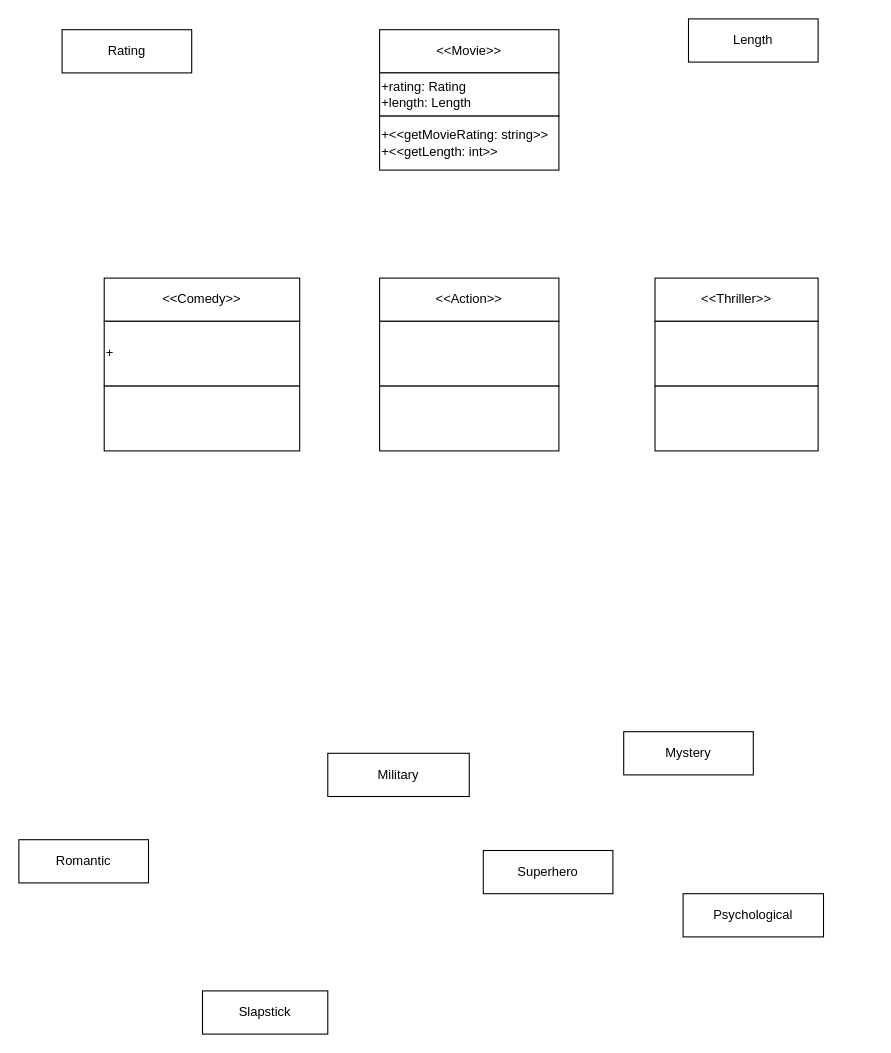
Above: TP2.drawio in GableDauterive19/GableRepository (draw.io), before the change. Source tidied: cells renumbered, new cells numbered last; positions are measured from the earlier drawing's top-left corner, leaving out a move shared by most shapes. Both pictures are drawn from the tidied source at 108%, with x=0, y=0 at pixel (18, 18).
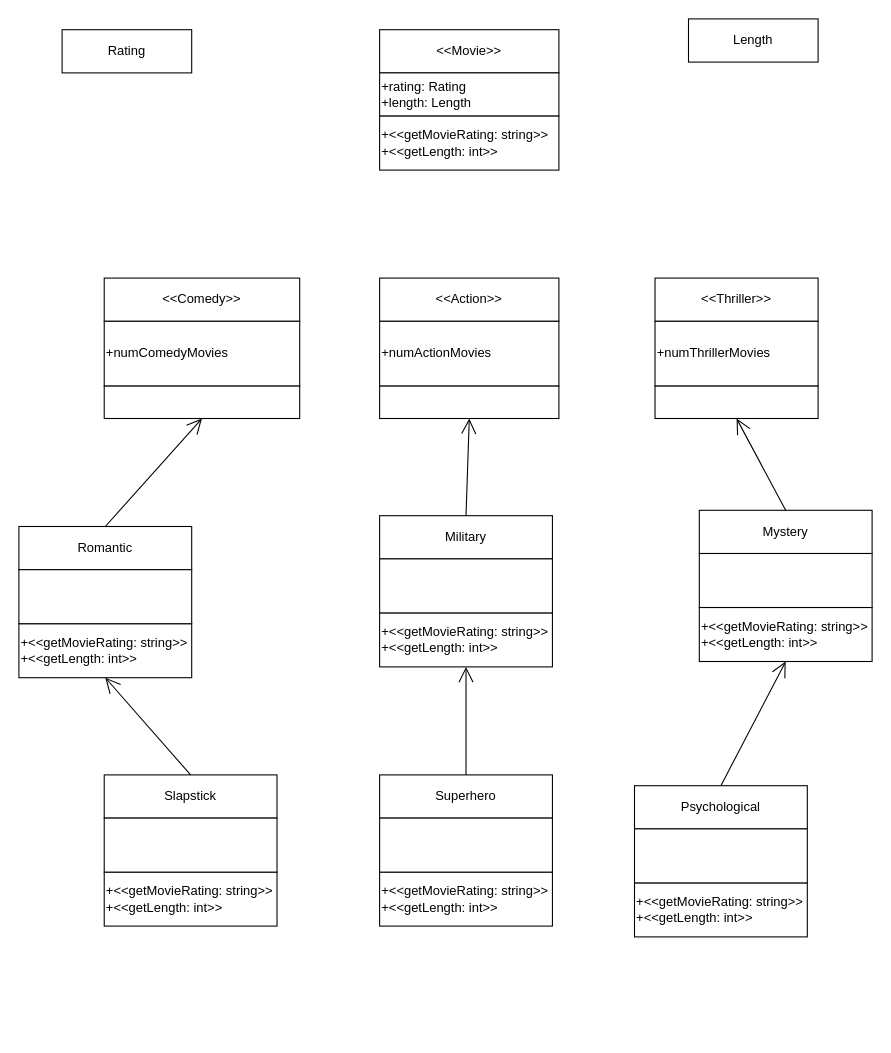
The same page after the edit.

Diff of the diagram source:
```diff
@@
     <mxCell id="10" value="Romantic" style="rounded=0;whiteSpace=wrap;html=1;align=center;" parent="1" vertex="1">
-      <mxGeometry y="760" width="120" height="40" as="geometry" />
+      <mxGeometry y="470" width="160" height="40" as="geometry" />
     </mxCell>
-    <mxCell id="11" value="Slapstick" style="rounded=0;whiteSpace=wrap;html=1;align=center;" parent="1" vertex="1">
-      <mxGeometry x="170" y="900" width="116" height="40" as="geometry" />
-    </mxCell>
-    <mxCell id="12" value="Military" style="rounded=0;whiteSpace=wrap;html=1;align=center;" parent="1" vertex="1">
-      <mxGeometry x="286" y="680" width="131" height="40" as="geometry" />
-    </mxCell>
-    <mxCell id="13" value="Superhero" style="rounded=0;whiteSpace=wrap;html=1;align=center;" parent="1" vertex="1">
-      <mxGeometry x="430" y="770" width="120" height="40" as="geometry" />
-    </mxCell>
-    <mxCell id="14" value="Mystery" style="rounded=0;whiteSpace=wrap;html=1;align=center;" parent="1" vertex="1">
-      <mxGeometry x="560" y="660" width="120" height="40" as="geometry" />
-    </mxCell>
-    <mxCell id="15" value="Psychological" style="rounded=0;whiteSpace=wrap;html=1;align=center;" parent="1" vertex="1">
-      <mxGeometry x="615" y="810" width="130" height="40" as="geometry" />
-    </mxCell>
-    <mxCell id="16" value="+" style="rounded=0;whiteSpace=wrap;html=1;align=left;" parent="1" vertex="1">
+    <mxCell id="16" value="+numComedyMovies" style="rounded=0;whiteSpace=wrap;html=1;align=left;" parent="1" vertex="1">
       <mxGeometry x="79" y="280" width="181" height="60" as="geometry" />
     </mxCell>
     <mxCell id="17" style="rounded=0;whiteSpace=wrap;html=1;align=center;" parent="1" vertex="1">
-      <mxGeometry x="79" y="340" width="181" height="60" as="geometry" />
+      <mxGeometry x="79" y="340" width="181" height="30" as="geometry" />
     </mxCell>
-    <mxCell id="18" style="rounded=0;whiteSpace=wrap;html=1;align=left;" parent="1" vertex="1">
+    <mxCell id="18" value="+numActionMovies" style="rounded=0;whiteSpace=wrap;html=1;align=left;" parent="1" vertex="1">
       <mxGeometry x="334" y="280" width="166" height="60" as="geometry" />
     </mxCell>
     <mxCell id="19" style="rounded=0;whiteSpace=wrap;html=1;align=center;" parent="1" vertex="1">
-      <mxGeometry x="334" y="340" width="166" height="60" as="geometry" />
+      <mxGeometry x="334" y="340" width="166" height="30" as="geometry" />
     </mxCell>
-    <mxCell id="20" style="rounded=0;whiteSpace=wrap;html=1;align=center;" parent="1" vertex="1">
+    <mxCell id="20" value="+numThrillerMovies" style="rounded=0;whiteSpace=wrap;html=1;align=left;" parent="1" vertex="1">
       <mxGeometry x="589" y="280" width="151" height="60" as="geometry" />
     </mxCell>
     <mxCell id="21" style="rounded=0;whiteSpace=wrap;html=1;align=center;" parent="1" vertex="1">
-      <mxGeometry x="589" y="340" width="151" height="60" as="geometry" />
+      <mxGeometry x="589" y="340" width="151" height="30" as="geometry" />
     </mxCell>
+    <mxCell id="22" value="+&amp;lt;&amp;lt;getMovieRating: string&amp;gt;&amp;gt;&lt;br&gt;+&amp;lt;&amp;lt;getLength: int&amp;gt;&amp;gt;" style="rounded=0;whiteSpace=wrap;html=1;align=left;" parent="1" vertex="1">
+      <mxGeometry y="560" width="160" height="50" as="geometry" />
+    </mxCell>
+    <mxCell id="23" style="rounded=0;whiteSpace=wrap;html=1;align=left;" parent="1" vertex="1">
+      <mxGeometry y="510" width="160" height="50" as="geometry" />
+    </mxCell>
+    <mxCell id="11" value="Slapstick" style="rounded=0;whiteSpace=wrap;html=1;align=center;" parent="1" vertex="1">
+      <mxGeometry x="79" y="700" width="160" height="40" as="geometry" />
+    </mxCell>
+    <mxCell id="24" value="+&amp;lt;&amp;lt;getMovieRating: string&amp;gt;&amp;gt;&lt;br&gt;+&amp;lt;&amp;lt;getLength: int&amp;gt;&amp;gt;" style="rounded=0;whiteSpace=wrap;html=1;align=left;" parent="1" vertex="1">
+      <mxGeometry x="79" y="790" width="160" height="50" as="geometry" />
+    </mxCell>
+    <mxCell id="25" style="rounded=0;whiteSpace=wrap;html=1;align=left;" parent="1" vertex="1">
+      <mxGeometry x="79" y="740" width="160" height="50" as="geometry" />
+    </mxCell>
+    <mxCell id="26" style="endArrow=open;endFill=1;endSize=12;html=1;rounded=0;entryX=0.5;entryY=1;entryDx=0;entryDy=0;exitX=0.5;exitY=0;exitDx=0;exitDy=0;" parent="1" edge="1" source="10" target="17">
+      <mxGeometry relative="1" as="geometry" />
+    </mxCell>
+    <mxCell id="27" style="endArrow=open;endFill=1;endSize=12;html=1;rounded=0;exitX=0.5;exitY=0;exitDx=0;exitDy=0;entryX=0.5;entryY=1;entryDx=0;entryDy=0;" parent="1" edge="1" source="11" target="22">
+      <mxGeometry relative="1" as="geometry" />
+    </mxCell>
+    <mxCell id="12" value="Military" style="rounded=0;whiteSpace=wrap;html=1;align=center;" parent="1" vertex="1">
+      <mxGeometry x="334" y="460" width="160" height="40" as="geometry" />
+    </mxCell>
+    <mxCell id="28" value="+&amp;lt;&amp;lt;getMovieRating: string&amp;gt;&amp;gt;&lt;br&gt;+&amp;lt;&amp;lt;getLength: int&amp;gt;&amp;gt;" style="rounded=0;whiteSpace=wrap;html=1;align=left;" parent="1" vertex="1">
+      <mxGeometry x="334" y="550" width="160" height="50" as="geometry" />
+    </mxCell>
+    <mxCell id="29" style="rounded=0;whiteSpace=wrap;html=1;align=left;" parent="1" vertex="1">
+      <mxGeometry x="334" y="500" width="160" height="50" as="geometry" />
+    </mxCell>
+    <mxCell id="13" value="Superhero" style="rounded=0;whiteSpace=wrap;html=1;align=center;" parent="1" vertex="1">
+      <mxGeometry x="334" y="700" width="160" height="40" as="geometry" />
+    </mxCell>
+    <mxCell id="30" value="+&amp;lt;&amp;lt;getMovieRating: string&amp;gt;&amp;gt;&lt;br&gt;+&amp;lt;&amp;lt;getLength: int&amp;gt;&amp;gt;" style="rounded=0;whiteSpace=wrap;html=1;align=left;" parent="1" vertex="1">
+      <mxGeometry x="334" y="790" width="160" height="50" as="geometry" />
+    </mxCell>
+    <mxCell id="31" style="rounded=0;whiteSpace=wrap;html=1;align=left;" parent="1" vertex="1">
+      <mxGeometry x="334" y="740" width="160" height="50" as="geometry" />
+    </mxCell>
+    <mxCell id="32" style="endArrow=open;endFill=1;endSize=12;html=1;rounded=0;exitX=0.5;exitY=0;exitDx=0;exitDy=0;entryX=0.5;entryY=1;entryDx=0;entryDy=0;" parent="1" edge="1" source="13" target="28">
+      <mxGeometry relative="1" as="geometry" />
+    </mxCell>
+    <mxCell id="33" style="endArrow=open;endFill=1;endSize=12;html=1;rounded=0;entryX=0.5;entryY=1;entryDx=0;entryDy=0;exitX=0.5;exitY=0;exitDx=0;exitDy=0;" parent="1" edge="1" source="12" target="19">
+      <mxGeometry relative="1" as="geometry" />
+    </mxCell>
+    <mxCell id="14" value="Mystery" style="rounded=0;whiteSpace=wrap;html=1;align=center;" parent="1" vertex="1">
+      <mxGeometry x="630" y="455" width="160" height="40" as="geometry" />
+    </mxCell>
+    <mxCell id="34" value="+&amp;lt;&amp;lt;getMovieRating: string&amp;gt;&amp;gt;&lt;br&gt;+&amp;lt;&amp;lt;getLength: int&amp;gt;&amp;gt;" style="rounded=0;whiteSpace=wrap;html=1;align=left;" parent="1" vertex="1">
+      <mxGeometry x="630" y="545" width="160" height="50" as="geometry" />
+    </mxCell>
+    <mxCell id="35" style="rounded=0;whiteSpace=wrap;html=1;align=left;" parent="1" vertex="1">
+      <mxGeometry x="630" y="495" width="160" height="50" as="geometry" />
+    </mxCell>
+    <mxCell id="15" value="Psychological" style="rounded=0;whiteSpace=wrap;html=1;align=center;" parent="1" vertex="1">
+      <mxGeometry x="570" y="710" width="160" height="40" as="geometry" />
+    </mxCell>
+    <mxCell id="36" value="+&amp;lt;&amp;lt;getMovieRating: string&amp;gt;&amp;gt;&lt;br&gt;+&amp;lt;&amp;lt;getLength: int&amp;gt;&amp;gt;" style="rounded=0;whiteSpace=wrap;html=1;align=left;" parent="1" vertex="1">
+      <mxGeometry x="570" y="800" width="160" height="50" as="geometry" />
+    </mxCell>
+    <mxCell id="37" style="rounded=0;whiteSpace=wrap;html=1;align=left;" parent="1" vertex="1">
+      <mxGeometry x="570" y="750" width="160" height="50" as="geometry" />
+    </mxCell>
+    <mxCell id="38" style="endArrow=open;endFill=1;endSize=12;html=1;rounded=0;exitX=0.5;exitY=0;exitDx=0;exitDy=0;entryX=0.5;entryY=1;entryDx=0;entryDy=0;" parent="1" edge="1" source="15" target="34">
+      <mxGeometry relative="1" as="geometry" />
+    </mxCell>
+    <mxCell id="39" style="endArrow=open;endFill=1;endSize=12;html=1;rounded=0;entryX=0.5;entryY=1;entryDx=0;entryDy=0;" parent="1" edge="1" target="21">
+      <mxGeometry relative="1" as="geometry">
+        <mxPoint x="710" y="455" as="sourcePoint" />
+      </mxGeometry>
+    </mxCell>
```
